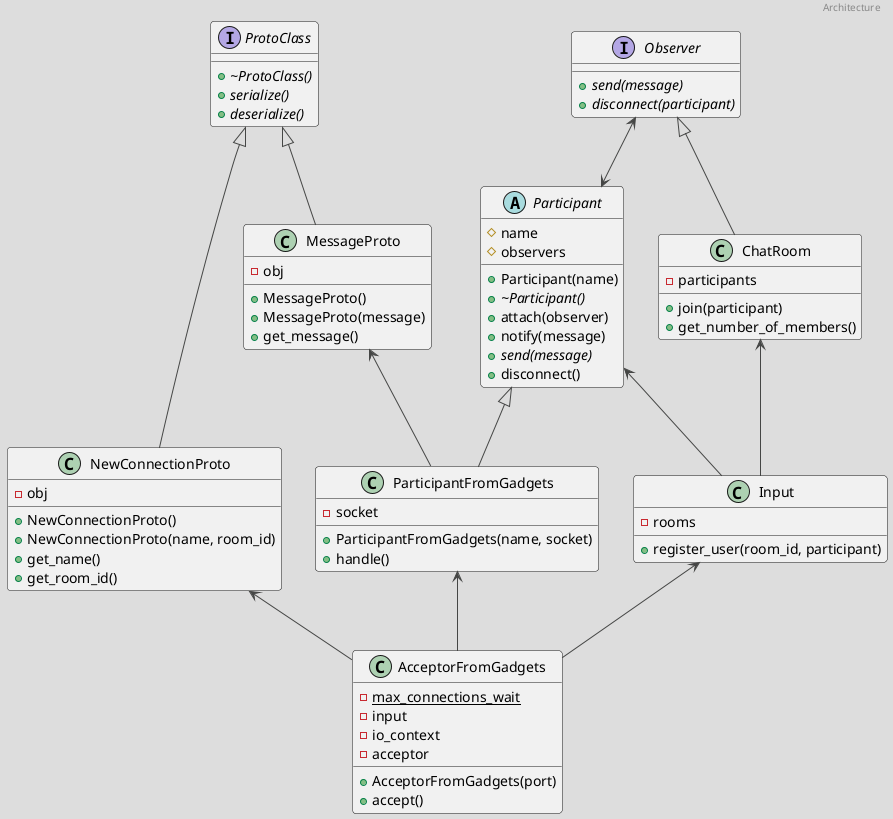
Foxyman-sama/Speaky keeps this PlantUML diagram as uml/class_diagram.png. Above is the earlier version.
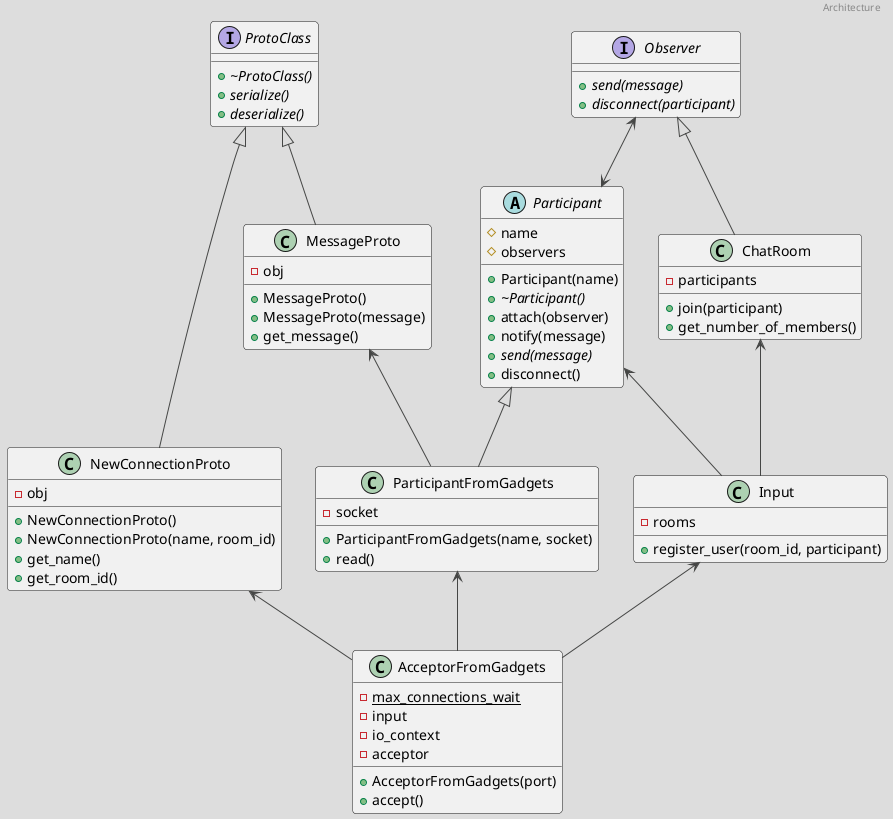
After the change.

Commit message:
feat(participant_from_gadgets): add read functions

Change to the diagram source:
```diff
@@ -68,7 +68,7 @@
 
 class ParticipantFromGadgets {
     + ParticipantFromGadgets(name, socket)
-    + handle()
+    + read()
 
     - socket
 }
```
